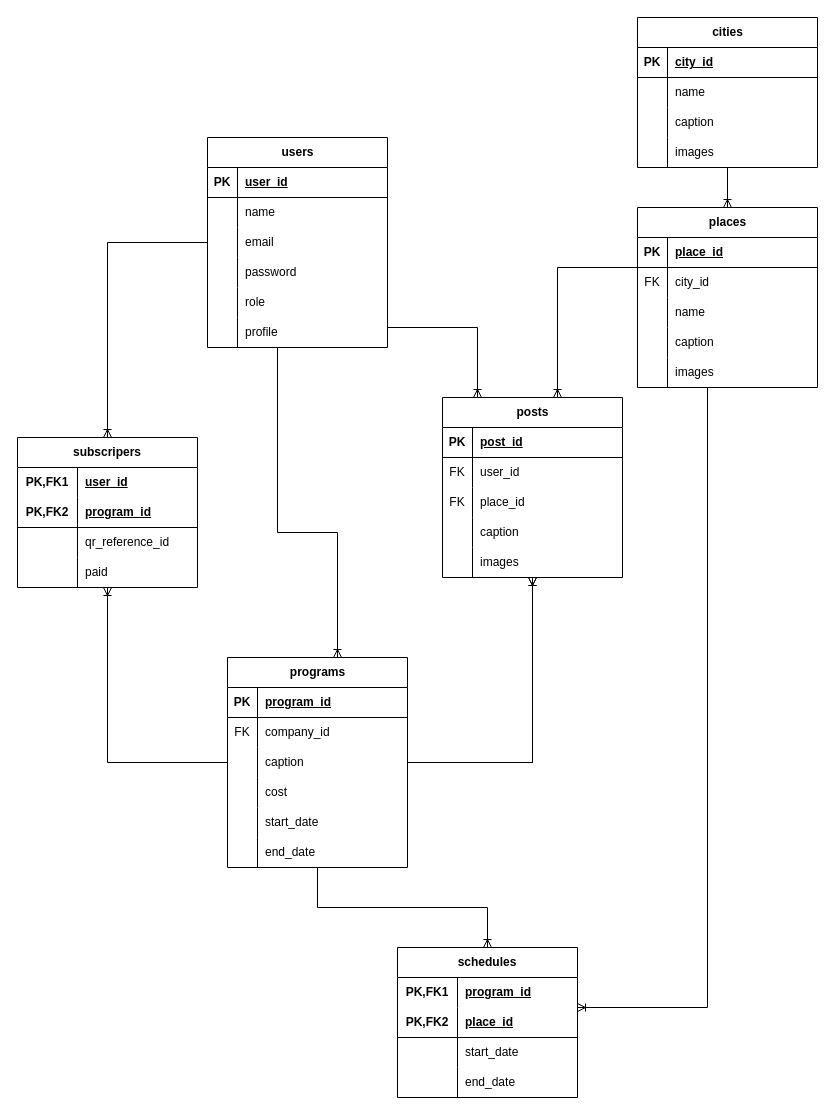
This is journi.drawio from hemozeetah/journi, a draw.io file, before an edit. Source tidied: cells renumbered, new cells numbered last; positions are measured from the earlier drawing's top-left corner, leaving out a move shared by most shapes. Both pictures are drawn from the tidied source at 100%, with x=0, y=0 at pixel (17, 17).
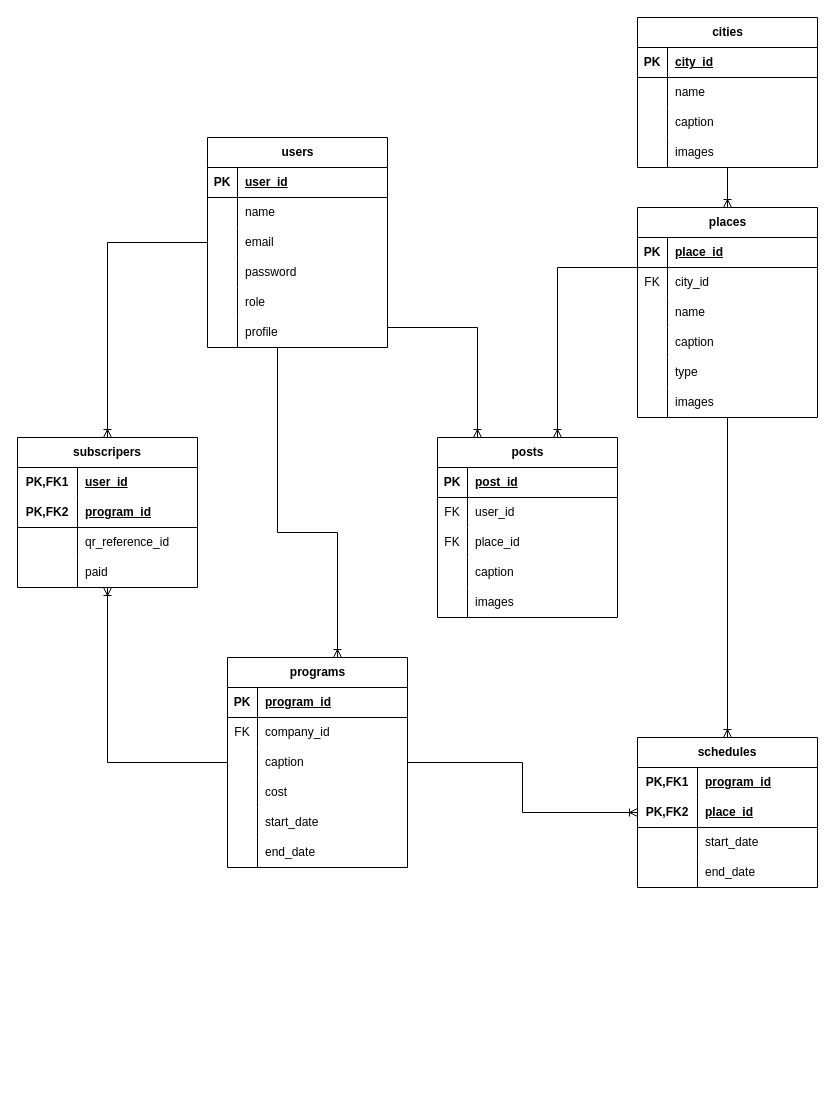
The same diagram, later.

Unchanged cells that the change refers to:
```xml
<mxCell id="2" value="users" style="shape=table;startSize=30;childLayout=tableLayout;rowLines=0;fontStyle=1;align=center;html=1;" parent="1" vertex="1">
  <mxGeometry x="190" y="120" width="180" height="210" as="geometry" />
</mxCell>
<mxCell id="66" value="programs" style="shape=table;startSize=30;childLayout=tableLayout;rowLines=0;fontStyle=1;align=center;html=1;" parent="1" vertex="1">
  <mxGeometry x="210" y="640" width="180" height="210" as="geometry" />
</mxCell>
<mxCell id="85" value="subscripers" style="shape=table;startSize=30;childLayout=tableLayout;rowLines=0;fontStyle=1;align=center;html=1;whiteSpace=wrap;" parent="1" vertex="1">
  <mxGeometry y="420" width="180" height="150" as="geometry" />
</mxCell>
```

Change to the diagram source:
```diff
@@
     <mxCell id="21" value="posts" style="shape=table;startSize=30;childLayout=tableLayout;rowLines=0;fontStyle=1;align=center;html=1;" parent="1" vertex="1">
-      <mxGeometry x="425" y="380" width="180" height="180" as="geometry" />
+      <mxGeometry x="420" y="420" width="180" height="180" as="geometry" />
     </mxCell>
@@
     <mxCell id="37" value="places" style="shape=table;startSize=30;childLayout=tableLayout;rowLines=0;fontStyle=1;align=center;html=1;" parent="1" vertex="1">
-      <mxGeometry x="620" y="190" width="180" height="180" as="geometry" />
+      <mxGeometry x="620" y="190" width="180" height="210" as="geometry" />
     </mxCell>
@@
+    <mxCell id="121" style="shape=tableRow;horizontal=0;startSize=0;swimlaneHead=0;swimlaneBody=0;fillColor=none;top=0;left=0;right=0;bottom=0;" parent="37" vertex="1">
+      <mxGeometry y="150" width="180" height="30" as="geometry" />
+    </mxCell>
+    <mxCell id="122" style="shape=partialRectangle;fillColor=none;top=0;left=0;bottom=0;right=0;overflow=hidden;whiteSpace=wrap;html=1;" parent="121" vertex="1">
+      <mxGeometry width="30" height="30" as="geometry" />
+    </mxCell>
+    <mxCell id="123" value="type" style="shape=partialRectangle;fillColor=none;top=0;left=0;bottom=0;right=0;align=left;spacingLeft=6;overflow=hidden;whiteSpace=wrap;html=1;" parent="121" vertex="1">
+      <mxGeometry x="30" width="150" height="30" as="geometry" />
+    </mxCell>
     <mxCell id="50" style="shape=tableRow;horizontal=0;startSize=0;swimlaneHead=0;swimlaneBody=0;fillColor=none;top=0;left=0;right=0;bottom=0;" parent="37" vertex="1">
-      <mxGeometry y="150" width="180" height="30" as="geometry" />
+      <mxGeometry y="180" width="180" height="30" as="geometry" />
     </mxCell>
@@
     <mxCell id="98" value="schedules" style="shape=table;startSize=30;childLayout=tableLayout;rowLines=0;fontStyle=1;align=center;html=1;whiteSpace=wrap;" parent="1" vertex="1">
-      <mxGeometry x="380" y="930" width="180" height="150" as="geometry" />
+      <mxGeometry x="620" y="720" width="180" height="150" as="geometry" />
     </mxCell>
@@
+    <mxCell id="116" style="fontSize=12;html=1;endArrow=ERoneToMany;rounded=0;edgeStyle=orthogonalEdgeStyle;" parent="1" edge="1" source="2" target="21">
+      <mxGeometry relative="1" as="geometry">
+        <Array as="points">
+          <mxPoint x="460" y="310" />
+        </Array>
+      </mxGeometry>
+    </mxCell>
+    <mxCell id="118" style="fontSize=12;html=1;endArrow=ERoneToMany;rounded=0;edgeStyle=orthogonalEdgeStyle;" parent="1" edge="1" source="37" target="21">
+      <mxGeometry relative="1" as="geometry">
+        <Array as="points">
+          <mxPoint x="540" y="250" />
+        </Array>
+      </mxGeometry>
+    </mxCell>
+    <mxCell id="120" style="fontSize=12;html=1;endArrow=ERoneToMany;rounded=0;edgeStyle=orthogonalEdgeStyle;" parent="1" edge="1" source="2" target="85">
+      <mxGeometry relative="1" as="geometry" />
+    </mxCell>
     <mxCell id="115" style="fontSize=12;html=1;endArrow=ERoneToMany;rounded=0;edgeStyle=orthogonalEdgeStyle;" parent="1" edge="1" source="37" target="98">
-      <mxGeometry relative="1" as="geometry">
-        <Array as="points">
-          <mxPoint x="690" y="990" />
-        </Array>
-      </mxGeometry>
+      <mxGeometry relative="1" as="geometry" />
     </mxCell>
-    <mxCell id="116" style="fontSize=12;html=1;endArrow=ERoneToMany;rounded=0;edgeStyle=orthogonalEdgeStyle;" parent="1" edge="1" source="2" target="21">
-      <mxGeometry relative="1" as="geometry">
-        <Array as="points">
-          <mxPoint x="460" y="310" />
-        </Array>
-      </mxGeometry>
-    </mxCell>
-    <mxCell id="117" style="fontSize=12;html=1;endArrow=ERoneToMany;rounded=0;edgeStyle=orthogonalEdgeStyle;" parent="1" edge="1" source="66" target="21">
-      <mxGeometry relative="1" as="geometry" />
-    </mxCell>
-    <mxCell id="118" style="fontSize=12;html=1;endArrow=ERoneToMany;rounded=0;edgeStyle=orthogonalEdgeStyle;" parent="1" edge="1" source="37" target="21">
-      <mxGeometry relative="1" as="geometry">
-        <Array as="points">
-          <mxPoint x="540" y="250" />
-        </Array>
-      </mxGeometry>
-    </mxCell>
-    <mxCell id="119" style="fontSize=12;html=1;endArrow=ERoneToMany;rounded=0;edgeStyle=orthogonalEdgeStyle;" parent="1" edge="1" source="66" target="21">
-      <mxGeometry relative="1" as="geometry" />
-    </mxCell>
-    <mxCell id="120" style="fontSize=12;html=1;endArrow=ERoneToMany;rounded=0;edgeStyle=orthogonalEdgeStyle;" parent="1" edge="1" source="2" target="85">
-      <mxGeometry relative="1" as="geometry" />
-    </mxCell>
```
